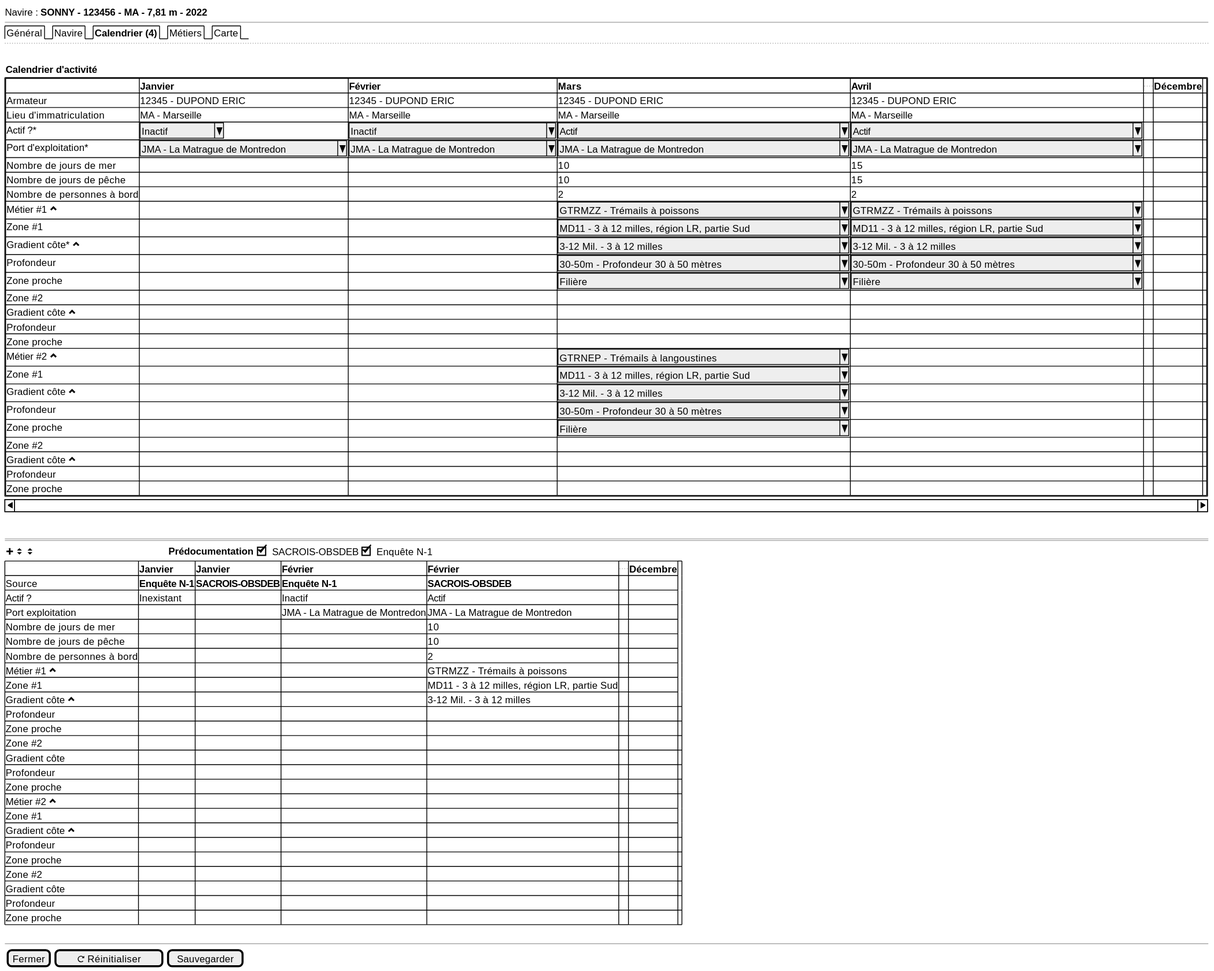
Earlier version of the PlantUML export projects/activity-calendar/spe/images/activity-calendar-predoc.svg (sumaris-net/sumaris-doc).
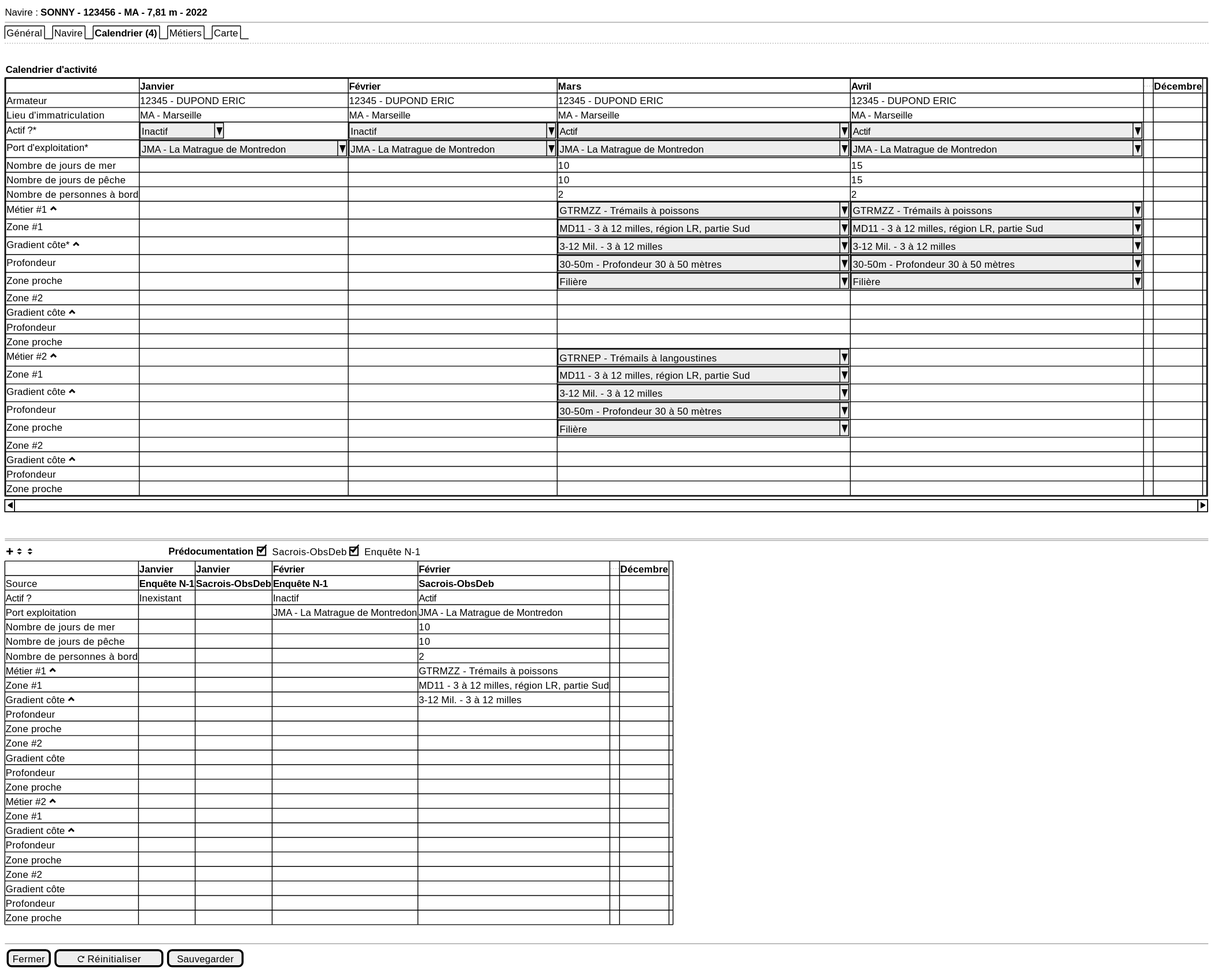
Later version of the same file.

Diff of the diagram source:
```diff
@@ -40,10 +40,10 @@
     }
     .
     ==
-  {<&plus> <&elevator> <&elevator> <b>                                                      Prédocumentation</b> {[X]SACROIS-OBSDEB | [X]Enquête N-1 }}
+  {<&plus> <&elevator> <&elevator> <b>                                                      Prédocumentation</b> {[X]Sacrois-ObsDeb | [X]Enquête N-1 }}
   	{#
      . | <b>Janvier | <b>Janvier | <b>Février | <b>Février | ... | <b>Décembre
-     Source | <b>Enquête N-1 | <b>SACROIS-OBSDEB | <b>Enquête N-1 | <b>SACROIS-OBSDEB | . | .
+     Source | <b>Enquête N-1 | <b>Sacrois-ObsDeb | <b>Enquête N-1 | <b>Sacrois-ObsDeb | . | .
      Actif ? | Inexistant | . | Inactif | Actif | . | .
      Port exploitation | . | . | JMA - La Matrague de Montredon | JMA - La Matrague de Montredon | . | .
      Nombre de jours de mer | . | . | . | 10 | . | .
```
